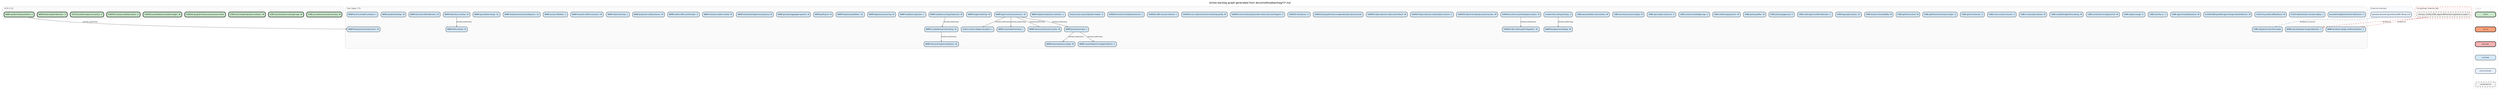
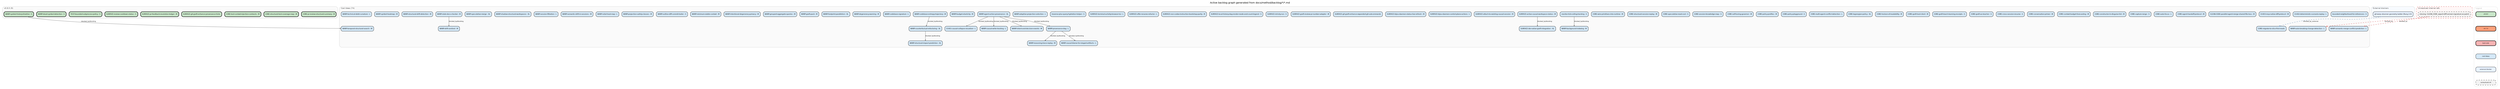
digraph backlog {
  rankdir=TB
  fontname="Helvetica"
  label="Active backlog graph generated from docs/method/backlog/*/*.md"
  labelloc=t
  fontsize=12
  node [shape=box style="rounded,filled" fontname="Helvetica" fontsize=8 margin="0.1,0.05" height=0.35]
  edge [color="#666666" arrowsize=0.5 fontname="Helvetica" fontsize=7]
  newrank=true
  ranksep=0.55
  nodesep=0.2

  subgraph cluster_v0_8_0 {
    label="v0.8.0 (9)" labeljust=l fontsize=9 fontcolor="#555555"
    style=rounded color="#cccccc" bgcolor="#fafafa"
    v0_8_0_CORE_pr_review_structural_summary [label="CORE-pr-review-structural-summary - M" fillcolor="#C8E6C9" penwidth=2]
    v0_8_0_CORE_structural_test_coverage_map [label="CORE-structural-test-coverage-map - M" fillcolor="#C8E6C9" penwidth=2]
    v0_8_0_CORE_tool_context_injection_contracts [label="CORE-tool-context-injection-contracts - M" fillcolor="#C8E6C9" penwidth=2]
    v0_8_0_SURFACE_git_graft_enhance_provenance_hints [label="SURFACE-git-graft-enhance-provenance-hints" fillcolor="#C8E6C9" penwidth=2]
    v0_8_0_SURFACE_pr_feedback_resolution_ledger [label="SURFACE-pr-feedback-resolution-ledger - M" fillcolor="#C8E6C9" penwidth=2]
    v0_8_0_SURFACE_review_cooldown_status [label="SURFACE-review-cooldown-status - S" fillcolor="#C8E6C9" penwidth=2]
    v0_8_0_TEST_bounded_subprocess_policy [label="TEST-bounded-subprocess-policy - S" fillcolor="#C8E6C9" penwidth=2]
    v0_8_0_WARP_dead_symbol_detection [label="WARP-dead-symbol-detection - S" fillcolor="#C8E6C9" penwidth=2]
    v0_8_0_WARP_symbol_history_timeline [label="WARP-symbol-history-timeline - S" fillcolor="#C8E6C9" penwidth=2]
  }

  subgraph cluster_cool_ideas {
-     label="Cool Ideas (73)" labeljust=l fontsize=9 fontcolor="#555555"
+     label="Cool Ideas (74)" labeljust=l fontsize=9 fontcolor="#555555"
    style=rounded color="#cccccc" bgcolor="#fafafa"
    cool_ideas_bounded_neighborhood_for_references [label="bounded-neighborhood-for-references - S" fillcolor="#D4E8F7" penwidth=1]
    cool_ideas_CI_001_causal_collapse_visualizer [label="CI-001-causal-collapse-visualizer - L" fillcolor="#D4E8F7" penwidth=1]
    cool_ideas_CI_002_deterministic_scenario_replay [label="CI-002-deterministic-scenario-replay - L" fillcolor="#D4E8F7" penwidth=1]
    cool_ideas_CI_003_mcp_native_diff_protocol [label="CI-003-mcp-native-diff-protocol - M" fillcolor="#D4E8F7" penwidth=1]
    cool_ideas_CLEAN_CODE_parallel_agent_merge_shared_file_loss [label="CLEAN-CODE-parallel-agent-merge-shared-file-loss - M" fillcolor="#D4E8F7" penwidth=1]
    cool_ideas_CORE_agent_handoff_protocol [label="CORE-agent-handoff-protocol - M" fillcolor="#D4E8F7" penwidth=1]
    cool_ideas_CORE_auto_focus [label="CORE-auto-focus - L" fillcolor="#D4E8F7" penwidth=1]
    cool_ideas_CORE_capture_range [label="CORE-capture-range - S" fillcolor="#D4E8F7" penwidth=1]
    cool_ideas_CORE_constructor_in_disguise_lint [label="CORE-constructor-in-disguise-lint - M" fillcolor="#D4E8F7" penwidth=1]
    cool_ideas_CORE_context_budget_forecasting [label="CORE-context-budget-forecasting - M" fillcolor="#D4E8F7" penwidth=1]
    cool_ideas_CORE_conversation_primer [label="CORE-conversation-primer - M" fillcolor="#D4E8F7" penwidth=1]
    cool_ideas_CORE_cross_session_resume [label="CORE-cross-session-resume - S" fillcolor="#D4E8F7" penwidth=1]
    cool_ideas_CORE_graft_as_teacher [label="CORE-graft-as-teacher - S" fillcolor="#D4E8F7" penwidth=1]
    cool_ideas_CORE_graft_teach_learning_receipts [label="CORE-graft-teach-learning-receipts - S" fillcolor="#D4E8F7" penwidth=1]
    cool_ideas_CORE_graft_tool_client [label="CORE-graft-tool-client - M" fillcolor="#D4E8F7" penwidth=1]
    cool_ideas_CORE_horizon_of_readability [label="CORE-horizon-of-readability - M" fillcolor="#D4E8F7" penwidth=1]
    cool_ideas_CORE_lagrangian_policy [label="CORE-lagrangian-policy - XL" fillcolor="#D4E8F7" penwidth=1]
    cool_ideas_CORE_migrate_to_slice_first_reads [label="CORE-migrate-to-slice-first-reads" fillcolor="#D4E8F7" penwidth=1]
    cool_ideas_CORE_multi_agent_conflict_detection [label="CORE-multi-agent-conflict-detection - L" fillcolor="#D4E8F7" penwidth=1]
    cool_ideas_CORE_policy_playground [label="CORE-policy-playground - S" fillcolor="#D4E8F7" penwidth=1]
    cool_ideas_CORE_policy_profiles [label="CORE-policy-profiles - M" fillcolor="#D4E8F7" penwidth=1]
    cool_ideas_CORE_self_tuning_governor [label="CORE-self-tuning-governor - M" fillcolor="#D4E8F7" penwidth=1]
    cool_ideas_CORE_session_knowledge_map [label="CORE-session-knowledge-map - S" fillcolor="#D4E8F7" penwidth=1]
    cool_ideas_CORE_speculative_read_cost [label="CORE-speculative-read-cost - S" fillcolor="#D4E8F7" penwidth=1]
    cool_ideas_CORE_structural_session_replay [label="CORE-structural-session-replay - M" fillcolor="#D4E8F7" penwidth=1]
    cool_ideas_CORE_wire_primitives_into_runtime [label="CORE-wire-primitives-into-runtime - M" fillcolor="#D4E8F7" penwidth=1]
    cool_ideas_monitor_tick_ceiling_tracking [label="monitor-tick-ceiling-tracking - S" fillcolor="#D4E8F7" penwidth=1]
    cool_ideas_SURFACE_active_causal_workspace_status [label="SURFACE-active-causal-workspace-status - M" fillcolor="#D4E8F7" penwidth=1]
    cool_ideas_SURFACE_attach_to_existing_causal_session [label="SURFACE-attach-to-existing-causal-session - M" fillcolor="#D4E8F7" penwidth=1]
    cool_ideas_SURFACE_bijou_daemon_control_plane_actions [label="SURFACE-bijou-daemon-control-plane-actions - L" fillcolor="#D4E8F7" penwidth=1]
    cool_ideas_SURFACE_bijou_daemon_status_live_refresh [label="SURFACE-bijou-daemon-status-live-refresh - M" fillcolor="#D4E8F7" penwidth=1]
    cool_ideas_SURFACE_git_graft_enhance_expanded_git_subcommands [label="SURFACE-git-graft-enhance-expanded-git-subcommands" fillcolor="#D4E8F7" penwidth=1]
+     cool_ideas_SURFACE_graft_review_pr_number_adapter [label="SURFACE-graft-review-pr-number-adapter - M" fillcolor="#D4E8F7" penwidth=1]
    cool_ideas_SURFACE_ide_native_graft_integration [label="SURFACE-ide-native-graft-integration - XL" fillcolor="#D4E8F7" penwidth=1]
    cool_ideas_SURFACE_init_dry_run [label="SURFACE-init-dry-run - S" fillcolor="#D4E8F7" penwidth=1]
    cool_ideas_SURFACE_local_history_dag_render_mode_and_count_legend [label="SURFACE-local-history-dag-render-mode-and-count-legend - S" fillcolor="#D4E8F7" penwidth=1]
    cool_ideas_SURFACE_non_codex_instruction_bootstrap_parity [label="SURFACE-non-codex-instruction-bootstrap-parity - M" fillcolor="#D4E8F7" penwidth=1]
    cool_ideas_SURFACE_offer_rename_refactor [label="SURFACE-offer-rename-refactor - L" fillcolor="#D4E8F7" penwidth=1]
    cool_ideas_SURFACE_terminal_activity_browser_tui [label="SURFACE-terminal-activity-browser-tui - L" fillcolor="#D4E8F7" penwidth=1]
    cool_ideas_traverse_plus_query_hydration_helper [label="traverse-plus-query-hydration-helper - S" fillcolor="#D4E8F7" penwidth=1]
    cool_ideas_WARP_adaptive_projection_selection [label="WARP-adaptive-projection-selection - L" fillcolor="#D4E8F7" penwidth=1]
    cool_ideas_WARP_agent_action_provenance [label="WARP-agent-action-provenance - XL" fillcolor="#D4E8F7" penwidth=1]
    cool_ideas_WARP_auto_breaking_change_detection [label="WARP-auto-breaking-change-detection - L" fillcolor="#D4E8F7" penwidth=1]
    cool_ideas_WARP_background_indexing [label="WARP-background-indexing - M" fillcolor="#D4E8F7" penwidth=1]
    cool_ideas_WARP_budget_elasticity [label="WARP-budget-elasticity - M" fillcolor="#D4E8F7" penwidth=1]
    cool_ideas_WARP_causal_blame_for_staged_artifacts [label="WARP-causal-blame-for-staged-artifacts - L" fillcolor="#D4E8F7" penwidth=1]
    cool_ideas_WARP_causal_write_tracking [label="WARP-causal-write-tracking - L" fillcolor="#D4E8F7" penwidth=1]
    cool_ideas_WARP_codebase_entropy_trajectory [label="WARP-codebase-entropy-trajectory - M" fillcolor="#D4E8F7" penwidth=1]
    cool_ideas_WARP_codebase_signature [label="WARP-codebase-signature - L" fillcolor="#D4E8F7" penwidth=1]
    cool_ideas_WARP_counterfactual_refactoring [label="WARP-counterfactual-refactoring - XL" fillcolor="#D4E8F7" penwidth=1]
    cool_ideas_WARP_degeneracy_warning [label="WARP-degeneracy-warning - M" fillcolor="#D4E8F7" penwidth=1]
    cool_ideas_WARP_drift_sentinel [label="WARP-drift-sentinel - M" fillcolor="#D4E8F7" penwidth=1]
    cool_ideas_WARP_footprint_parallelism [label="WARP-footprint-parallelism - XL" fillcolor="#D4E8F7" penwidth=1]
    cool_ideas_WARP_graft_pack [label="WARP-graft-pack - M" fillcolor="#D4E8F7" penwidth=1]
    cool_ideas_WARP_grouped_aggregate_queries [label="WARP-grouped-aggregate-queries - M" fillcolor="#D4E8F7" penwidth=1]
    cool_ideas_WARP_intent_and_decision_events [label="WARP-intent-and-decision-events - M" fillcolor="#D4E8F7" penwidth=1]
    cool_ideas_WARP_intentional_degeneracy_privacy [label="WARP-intentional-degeneracy-privacy - M" fillcolor="#D4E8F7" penwidth=1]
    cool_ideas_WARP_minimum_viable_context [label="WARP-minimum-viable-context - M" fillcolor="#D4E8F7" penwidth=1]
    cool_ideas_WARP_outline_diff_commit_trailer [label="WARP-outline-diff-commit-trailer - S" fillcolor="#D4E8F7" penwidth=1]
    cool_ideas_WARP_projection_safety_classes [label="WARP-projection-safety-classes - M" fillcolor="#D4E8F7" penwidth=1]
    cool_ideas_WARP_provenance_dag [label="WARP-provenance-dag - L" fillcolor="#D4E8F7" penwidth=1]
    cool_ideas_WARP_reasoning_trace_replay [label="WARP-reasoning-trace-replay - M" fillcolor="#D4E8F7" penwidth=1]
    cool_ideas_WARP_rulial_heat_map [label="WARP-rulial-heat-map - L" fillcolor="#D4E8F7" penwidth=1]
    cool_ideas_WARP_semantic_drift_in_sessions [label="WARP-semantic-drift-in-sessions - M" fillcolor="#D4E8F7" penwidth=1]
    cool_ideas_WARP_semantic_merge_conflict_prediction [label="WARP-semantic-merge-conflict-prediction - L" fillcolor="#D4E8F7" penwidth=1]
    cool_ideas_WARP_session_filtration [label="WARP-session-filtration - L" fillcolor="#D4E8F7" penwidth=1]
    cool_ideas_WARP_shadow_structural_workspaces [label="WARP-shadow-structural-workspaces - XL" fillcolor="#D4E8F7" penwidth=1]
    cool_ideas_WARP_speculative_merge [label="WARP-speculative-merge - XL" fillcolor="#D4E8F7" penwidth=1]
    cool_ideas_WARP_stale_docs_checker [label="WARP-stale-docs-checker - M" fillcolor="#D4E8F7" penwidth=1]
    cool_ideas_WARP_structural_drift_detection [label="WARP-structural-drift-detection - M" fillcolor="#D4E8F7" penwidth=1]
    cool_ideas_WARP_structural_impact_prediction [label="WARP-structural-impact-prediction - XL" fillcolor="#D4E8F7" penwidth=1]
    cool_ideas_WARP_symbol_heatmap [label="WARP-symbol-heatmap - M" fillcolor="#D4E8F7" penwidth=1]
    cool_ideas_WARP_technical_debt_curvature [label="WARP-technical-debt-curvature - L" fillcolor="#D4E8F7" penwidth=1]
    cool_ideas_WARP_temporal_structural_search [label="WARP-temporal-structural-search - M" fillcolor="#D4E8F7" penwidth=1]
  }

  subgraph cluster_external {
    label="External blockers" labeljust=l fontsize=9 fontcolor="#555555"
    style=rounded color="#cccccc" bgcolor="#f8fbff"
    external_git_warp_observer_geometry_ladder__Rung_2_4_ [label="git-warp observer geometry ladder (Rung 2-4)" fillcolor="#E8F2FF" penwidth=1]
  }

  subgraph cluster_unresolved {
    label="Unresolved internal refs" labeljust=l fontsize=9 fontcolor="#555555"
    style="rounded,dashed" color="#cc3333" bgcolor="#fff7f7"
    unresolved_CLEAN_CODE_export_diff_semver_signature_as_patch [label="missing: CLEAN_CODE_export-diff-semver-signature-as-patch" fillcolor="#F2F2F2" penwidth=1 style="rounded,dashed,filled"]
  }

  cool_ideas_monitor_tick_ceiling_tracking -> cool_ideas_WARP_background_indexing [label="blocked_by/blocking"]
  cool_ideas_SURFACE_active_causal_workspace_status -> cool_ideas_SURFACE_ide_native_graft_integration [label="blocked_by/blocking"]
  cool_ideas_WARP_agent_action_provenance -> cool_ideas_CI_001_causal_collapse_visualizer [label="blocked_by/blocking"]
  cool_ideas_WARP_agent_action_provenance -> cool_ideas_WARP_causal_write_tracking [label="blocked_by/blocking"]
  cool_ideas_WARP_agent_action_provenance -> cool_ideas_WARP_intent_and_decision_events [label="blocked_by/blocking"]
  cool_ideas_WARP_agent_action_provenance -> cool_ideas_WARP_provenance_dag [label="blocked_by/blocking"]
  cool_ideas_WARP_codebase_entropy_trajectory -> cool_ideas_WARP_counterfactual_refactoring [label="blocked_by/blocking"]
  cool_ideas_WARP_counterfactual_refactoring -> cool_ideas_WARP_structural_impact_prediction [label="blocked_by/blocking"]
  cool_ideas_WARP_provenance_dag -> cool_ideas_WARP_causal_blame_for_staged_artifacts [label="blocked_by/blocking"]
  cool_ideas_WARP_provenance_dag -> cool_ideas_WARP_reasoning_trace_replay [label="blocked_by/blocking"]
  cool_ideas_WARP_stale_docs_checker -> cool_ideas_WARP_drift_sentinel [label="blocked_by/blocking"]
  external_git_warp_observer_geometry_ladder__Rung_2_4_ -> cool_ideas_CORE_migrate_to_slice_first_reads [label="blocked_by_external" style=dashed color="#4477AA"]
  unresolved_CLEAN_CODE_export_diff_semver_signature_as_patch -> cool_ideas_WARP_auto_breaking_change_detection [label="blocked_by" style=dashed color="#CC3333"]
  unresolved_CLEAN_CODE_export_diff_semver_signature_as_patch -> cool_ideas_WARP_semantic_merge_conflict_prediction [label="blocked_by" style=dashed color="#CC3333"]
  v0_8_0_WARP_symbol_history_timeline -> cool_ideas_WARP_temporal_structural_search [label="blocked_by/blocking"]

  subgraph cluster_legend {
    label="Legend" labeljust=l fontsize=8 fontcolor="#aaaaaa"
    style=rounded color="#dddddd"
    node [fontsize=7 width=1.4]
    leg_v08 [label="v0.8.0" fillcolor="#C8E6C9" penwidth=2]
    leg_v07 [label="v0.7.0" fillcolor="#FFA07A" penwidth=2]
    leg_bad [label="bad-code" fillcolor="#F6B3B3" penwidth=2]
    leg_idea [label="cool-ideas" fillcolor="#D4E8F7" penwidth=1]
    leg_external [label="external blocker" fillcolor="#E8F2FF" penwidth=1]
    leg_unresolved [label="unresolved ref" fillcolor="#F2F2F2" penwidth=1 style="rounded,dashed,filled"]
    leg_v08 -> leg_v07 [style=invis]
    leg_v07 -> leg_bad [style=invis]
    leg_bad -> leg_idea [style=invis]
    leg_idea -> leg_external [style=invis]
    leg_external -> leg_unresolved [style=invis]
  }
}
